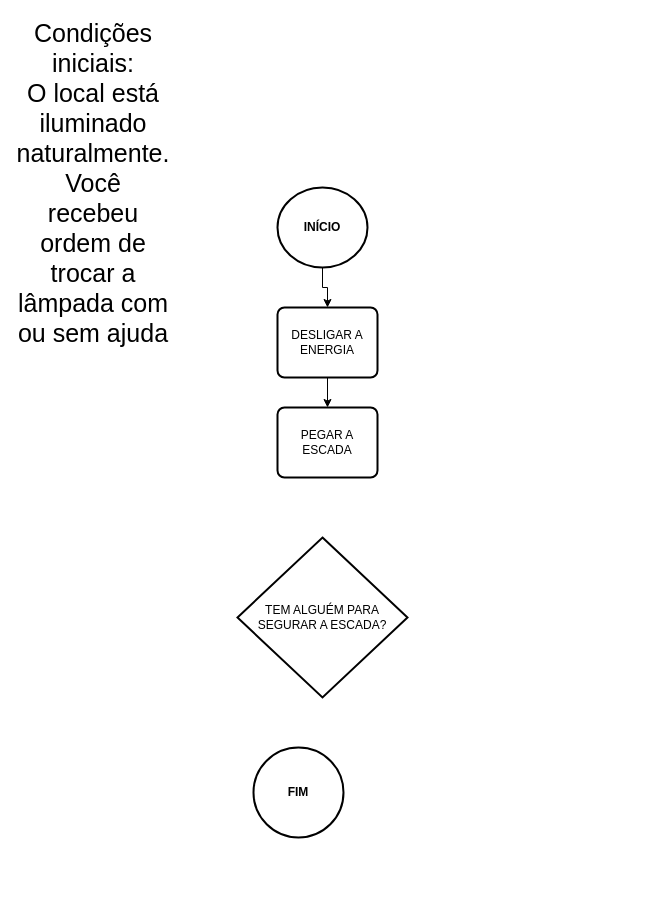
Earlier version of the draw.io diagram algoritmo_de_troca_de_lampada.drawio (fgsl/tpal). Source tidied: cells renumbered, new cells numbered last; positions are measured from the earlier drawing's top-left corner, leaving out a move shared by most shapes. Both pictures are drawn from the tidied source at 100%, with x=0, y=0 at pixel (63, 167).
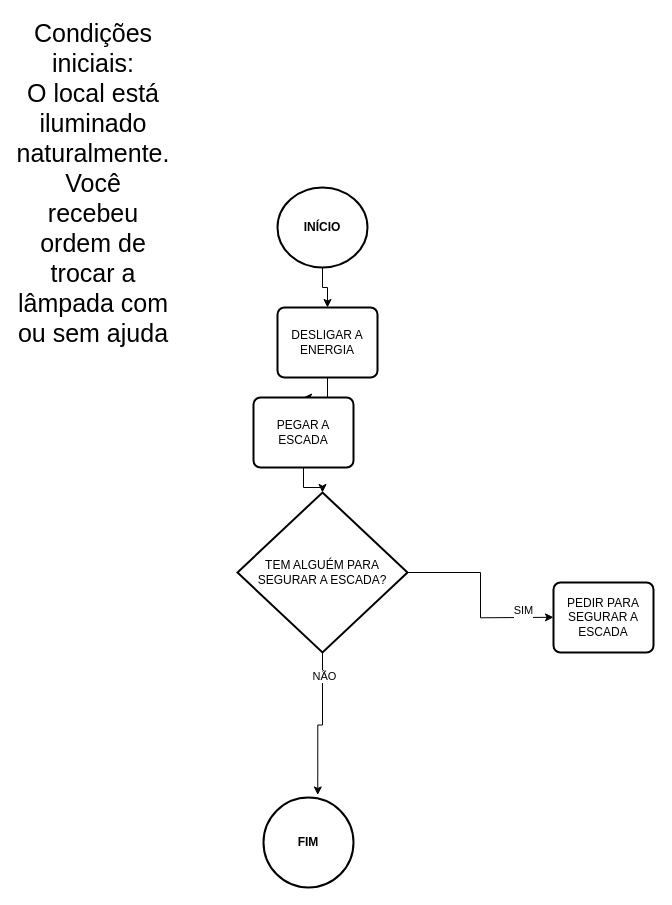
The same diagram, later.

Diff of the diagram source:
```diff
@@
 <mxGraphModel>
   <root>
     <mxCell id="0" />
     <mxCell id="1" parent="0" />
     <mxCell id="2" style="edgeStyle=orthogonalEdgeStyle;rounded=0;jettySize=auto;html=1;" parent="1" edge="1" source="3" target="7">
       <mxGeometry relative="1" as="geometry" />
     </mxCell>
     <mxCell id="3" value="&lt;b&gt;INÍCIO&lt;/b&gt;" style="strokeWidth=2;html=1;shape=mxgraph.flowchart.start_2;whiteSpace=wrap;" parent="1" vertex="1">
       <mxGeometry x="214" y="20" width="90" height="80" as="geometry" />
     </mxCell>
     <mxCell id="4" value="&lt;b&gt;FIM&lt;/b&gt;" style="strokeWidth=2;html=1;shape=mxgraph.flowchart.start_2;whiteSpace=wrap;" parent="1" vertex="1">
-      <mxGeometry x="190" y="580" width="90" height="90" as="geometry" />
+      <mxGeometry x="200" y="630" width="90" height="90" as="geometry" />
     </mxCell>
     <mxCell id="5" value="&lt;font style=&quot;font-size: 25px;&quot;&gt;Condições iniciais:&lt;/font&gt;&lt;div&gt;&lt;font style=&quot;font-size: 25px;&quot;&gt;O local está iluminado naturalmente.&lt;/font&gt;&lt;/div&gt;&lt;div&gt;&lt;span style=&quot;font-size: 25px;&quot;&gt;Você recebeu ordem de trocar a lâmpada com ou sem ajuda&lt;/span&gt;&lt;/div&gt;" style="text;html=1;whiteSpace=wrap;strokeColor=none;fillColor=none;align=center;verticalAlign=middle;rounded=0;" parent="1" vertex="1">
       <mxGeometry width="60" height="30" as="geometry" />
     </mxCell>
     <mxCell id="6" style="edgeStyle=orthogonalEdgeStyle;rounded=0;jettySize=auto;html=1;" parent="1" edge="1" source="7" target="8">
       <mxGeometry relative="1" as="geometry" />
     </mxCell>
     <mxCell id="7" value="DESLIGAR A ENERGIA" style="rounded=1;whiteSpace=wrap;html=1;absoluteArcSize=1;arcSize=14;strokeWidth=2;" parent="1" vertex="1">
       <mxGeometry x="214" y="140" width="100" height="70" as="geometry" />
     </mxCell>
+    <mxCell id="10" style="edgeStyle=orthogonalEdgeStyle;rounded=0;jettySize=auto;html=1;" parent="1" edge="1" source="8" target="9">
+      <mxGeometry relative="1" as="geometry" />
+    </mxCell>
     <mxCell id="8" value="PEGAR A ESCADA" style="rounded=1;whiteSpace=wrap;html=1;absoluteArcSize=1;arcSize=14;strokeWidth=2;" parent="1" vertex="1">
-      <mxGeometry x="214" y="240" width="100" height="70" as="geometry" />
+      <mxGeometry x="190" y="230" width="100" height="70" as="geometry" />
     </mxCell>
+    <mxCell id="11" style="edgeStyle=orthogonalEdgeStyle;rounded=0;jettySize=auto;html=1;exitX=1;exitY=0.5;exitDx=0;exitDy=0;exitPerimeter=0;" parent="1" edge="1" source="9">
+      <mxGeometry relative="1" as="geometry">
+        <mxPoint x="490" y="449.8" as="targetPoint" />
+      </mxGeometry>
+    </mxCell>
+    <mxCell id="12" value="SIM&lt;div&gt;&lt;br&gt;&lt;/div&gt;" style="edgeLabel;html=1;align=center;verticalAlign=middle;" parent="11" vertex="1">
+      <mxGeometry x="0.68" y="1" relative="1" as="geometry" />
+    </mxCell>
     <mxCell id="9" value="TEM ALGUÉM PARA SEGURAR A ESCADA?" style="strokeWidth=2;html=1;shape=mxgraph.flowchart.decision;whiteSpace=wrap;" parent="1" vertex="1">
-      <mxGeometry x="174" y="370" width="170" height="160" as="geometry" />
+      <mxGeometry x="174" y="325" width="170" height="160" as="geometry" />
     </mxCell>
+    <mxCell id="13" value="PEDIR PARA SEGURAR A ESCADA" style="rounded=1;whiteSpace=wrap;html=1;absoluteArcSize=1;arcSize=14;strokeWidth=2;" parent="1" vertex="1">
+      <mxGeometry x="490" y="415" width="100" height="70" as="geometry" />
+    </mxCell>
+    <mxCell id="14" style="edgeStyle=orthogonalEdgeStyle;rounded=0;jettySize=auto;html=1;entryX=0.603;entryY=-0.028;entryDx=0;entryDy=0;entryPerimeter=0;" parent="1" edge="1" source="9" target="4">
+      <mxGeometry relative="1" as="geometry" />
+    </mxCell>
+    <mxCell id="15" value="NÃO" style="edgeLabel;html=1;align=center;verticalAlign=middle;" parent="14" vertex="1">
+      <mxGeometry x="-0.69" y="1" relative="1" as="geometry" />
+    </mxCell>
   </root>
 </mxGraphModel>
```
